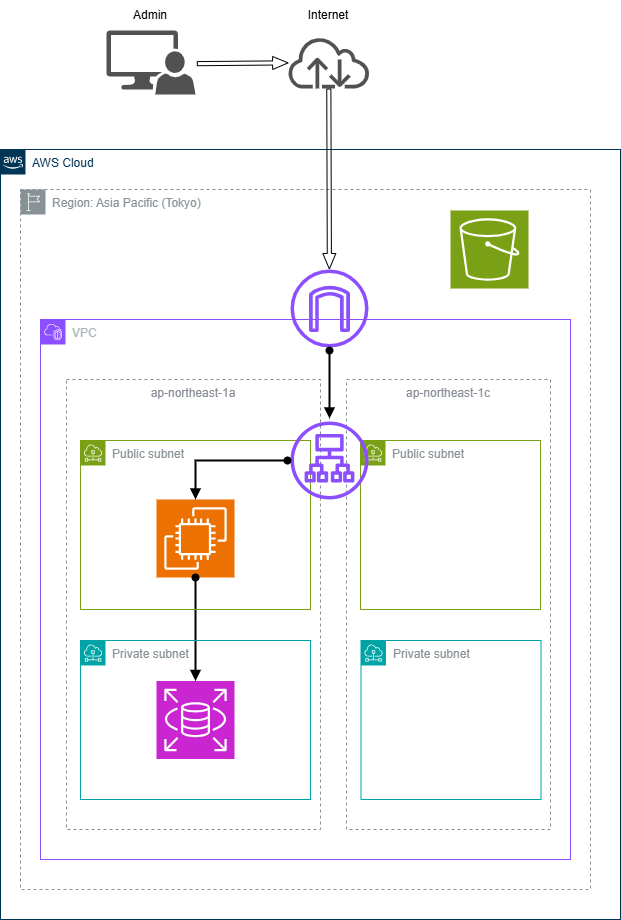
Above: lecture05/images/1_configuration.png in 3yu-qtfd/raisetech_aws (draw.io), before the change. Source tidied: cells renumbered, new cells last; positions are measured from the earlier drawing's top-left corner, leaving out a move shared by most shapes.
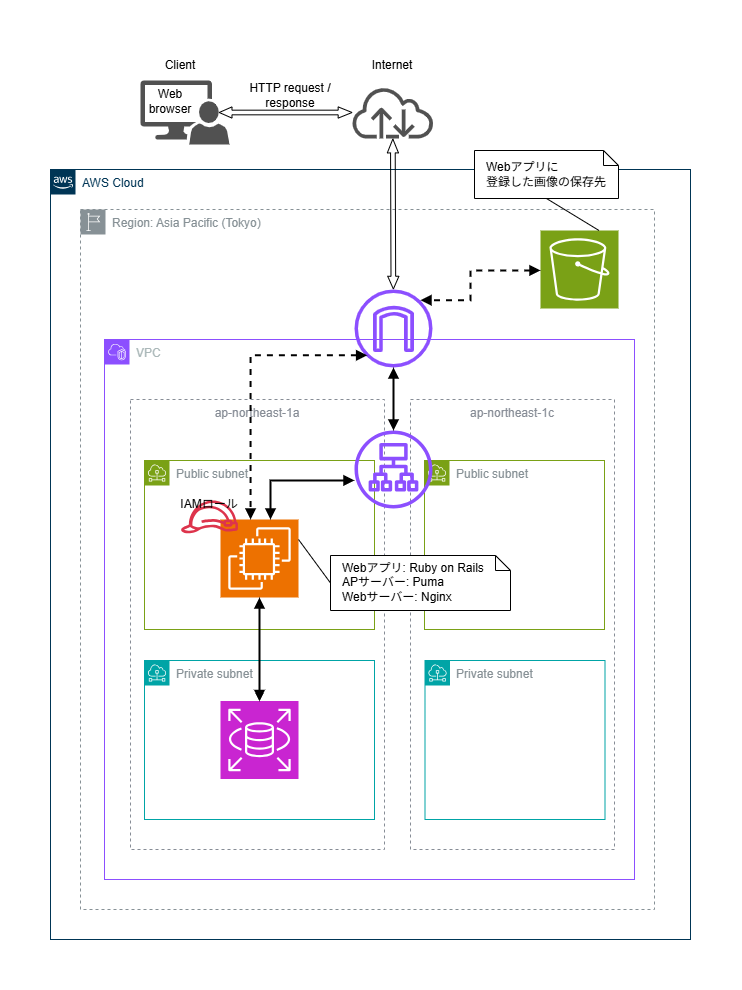
The same file after the commit.

What changed in the source:
```diff
@@ -3,32 +3,44 @@
     <mxCell id="0" />
     <mxCell id="1" parent="0" />
     <mxCell id="2" value="AWS Cloud" style="gradientColor=none;html=1;whiteSpace=wrap;fontSize=12;fontStyle=0;shape=mxgraph.aws4.group;grIcon=mxgraph.aws4.group_aws_cloud_alt;strokeColor=#003555;fillColor=none;verticalAlign=top;align=left;spacingLeft=30;fontColor=#003555;dashed=0;" parent="1" vertex="1">
-      <mxGeometry y="149" width="620" height="770" as="geometry" />
+      <mxGeometry x="16" y="119" width="640" height="770" as="geometry" />
     </mxCell>
+    <mxCell id="19" style="sketch=0;shadow=0;dashed=0;html=1;strokeColor=none;labelPosition=center;verticalLabelPosition=bottom;verticalAlign=top;align=center;fillColor=#515151;shape=mxgraph.mscae.system_center.admin_console;" parent="1" vertex="1">
+      <mxGeometry x="106" y="30" width="88.9" height="64" as="geometry" />
+    </mxCell>
+    <mxCell id="20" style="sketch=0;outlineConnect=0;fontColor=#515151;gradientColor=none;fillColor=#515151;strokeColor=none;dashed=0;verticalLabelPosition=bottom;verticalAlign=top;align=center;html=1;fontSize=12;fontStyle=0;shape=mxgraph.aws4.internet;" parent="1" vertex="1">
+      <mxGeometry x="316" y="36" width="84.5" height="52" as="geometry" />
+    </mxCell>
+    <mxCell id="23" value="Client" style="text;html=1;align=center;verticalAlign=middle;whiteSpace=wrap;rounded=0;" parent="1" vertex="1">
+      <mxGeometry x="116" width="60" height="30" as="geometry" />
+    </mxCell>
+    <mxCell id="24" value="Internet" style="text;html=1;align=center;verticalAlign=middle;whiteSpace=wrap;rounded=0;" parent="1" vertex="1">
+      <mxGeometry x="328.2" width="60" height="30" as="geometry" />
+    </mxCell>
-    <mxCell id="3" value="Region:&amp;nbsp;Asia Pacific (Tokyo)" style="sketch=0;gradientColor=none;html=1;whiteSpace=wrap;fontSize=12;fontStyle=0;shape=mxgraph.aws4.group;grIcon=mxgraph.aws4.group_region;strokeColor=#879196;fillColor=none;verticalAlign=top;align=left;spacingLeft=30;fontColor=#879196;dashed=1;" parent="2" vertex="1">
-      <mxGeometry x="20" y="40" width="570" height="700" as="geometry" />
+    <mxCell id="3" value="Region:&amp;nbsp;Asia Pacific (Tokyo)" style="sketch=0;gradientColor=none;html=1;whiteSpace=wrap;fontSize=12;fontStyle=0;shape=mxgraph.aws4.group;grIcon=mxgraph.aws4.group_region;strokeColor=#879196;fillColor=none;verticalAlign=top;align=left;spacingLeft=30;fontColor=#879196;dashed=1;" parent="1" vertex="1">
+      <mxGeometry x="46" y="159" width="574" height="700" as="geometry" />
     </mxCell>
-    <mxCell id="4" value="VPC" style="gradientColor=none;html=1;whiteSpace=wrap;fontSize=12;fontStyle=0;shape=mxgraph.aws4.group;grIcon=mxgraph.aws4.group_vpc2;strokeColor=#8C4FFF;fillColor=none;verticalAlign=top;align=left;spacingLeft=30;fontColor=#AAB7B8;dashed=0;" parent="2" vertex="1">
-      <mxGeometry x="40" y="170" width="530" height="540" as="geometry" />
+    <mxCell id="4" value="VPC" style="gradientColor=none;html=1;whiteSpace=wrap;fontSize=12;fontStyle=0;shape=mxgraph.aws4.group;grIcon=mxgraph.aws4.group_vpc2;strokeColor=#8C4FFF;fillColor=none;verticalAlign=top;align=left;spacingLeft=30;fontColor=#AAB7B8;dashed=0;" parent="1" vertex="1">
+      <mxGeometry x="70" y="289" width="530" height="540" as="geometry" />
     </mxCell>
-    <mxCell id="5" style="sketch=0;points=[[0,0,0],[0.25,0,0],[0.5,0,0],[0.75,0,0],[1,0,0],[0,1,0],[0.25,1,0],[0.5,1,0],[0.75,1,0],[1,1,0],[0,0.25,0],[0,0.5,0],[0,0.75,0],[1,0.25,0],[1,0.5,0],[1,0.75,0]];outlineConnect=0;fontColor=#232F3E;fillColor=#ED7100;strokeColor=#ffffff;dashed=0;verticalLabelPosition=bottom;verticalAlign=top;align=center;html=1;fontSize=12;fontStyle=0;shape=mxgraph.aws4.resourceIcon;resIcon=mxgraph.aws4.ec2;" parent="4" vertex="1">
-      <mxGeometry x="116" y="180" width="78" height="78" as="geometry" />
-    </mxCell>
-    <mxCell id="6" style="html=1;labelBackgroundColor=#ffffff;jettySize=auto;fontSize=14;rounded=0;jumpStyle=gap;edgeStyle=orthogonalEdgeStyle;startArrow=oval;endArrow=block;strokeWidth=2;startFill=1;endFill=1;sourcePerimeterSpacing=3;targetPerimeterSpacing=3;entryX=0.5;entryY=0;entryDx=0;entryDy=0;entryPerimeter=0;exitX=0.5;exitY=1;exitDx=0;exitDy=0;exitPerimeter=0;" parent="4" edge="1" source="5" target="8">
-      <mxGeometry relative="1" as="geometry" />
-    </mxCell>
-    <mxCell id="7" value="Public subnet" style="sketch=0;outlineConnect=0;gradientColor=none;html=1;whiteSpace=wrap;fontSize=12;fontStyle=0;shape=mxgraph.aws4.group;grIcon=mxgraph.aws4.group_subnet;strokeColor=#7AA116;fillColor=none;verticalAlign=top;align=left;spacingLeft=30;fontColor=#879196;dashed=0;" parent="4" vertex="1">
-      <mxGeometry x="40" y="121" width="230" height="169" as="geometry" />
-    </mxCell>
-    <mxCell id="8" style="sketch=0;points=[[0,0,0],[0.25,0,0],[0.5,0,0],[0.75,0,0],[1,0,0],[0,1,0],[0.25,1,0],[0.5,1,0],[0.75,1,0],[1,1,0],[0,0.25,0],[0,0.5,0],[0,0.75,0],[1,0.25,0],[1,0.5,0],[1,0.75,0]];outlineConnect=0;fontColor=#232F3E;fillColor=#C925D1;strokeColor=#ffffff;dashed=0;verticalLabelPosition=bottom;verticalAlign=top;align=center;html=1;fontSize=12;fontStyle=0;shape=mxgraph.aws4.resourceIcon;resIcon=mxgraph.aws4.rds;" parent="4" vertex="1">
-      <mxGeometry x="116" y="361.5" width="78" height="78" as="geometry" />
-    </mxCell>
     <mxCell id="9" value="Private subnet" style="sketch=0;gradientColor=none;html=1;whiteSpace=wrap;fontSize=12;fontStyle=0;shape=mxgraph.aws4.group;grIcon=mxgraph.aws4.group_subnet;strokeColor=#00A4A6;fillColor=none;verticalAlign=top;align=left;spacingLeft=30;fontColor=#879196;dashed=0;" parent="4" vertex="1">
       <mxGeometry x="40" y="321" width="230" height="159" as="geometry" />
     </mxCell>
     <mxCell id="10" value="ap-northeast-1a" style="fillColor=none;strokeColor=#878D96;dashed=1;verticalAlign=top;fontStyle=0;fontColor=#878D96;whiteSpace=wrap;html=1;" parent="4" vertex="1">
       <mxGeometry x="26" y="60" width="254" height="450" as="geometry" />
     </mxCell>
+    <mxCell id="25" style="edgeStyle=orthogonalEdgeStyle;rounded=0;jettySize=auto;html=1;" parent="4" edge="1" source="7" target="8">
+      <mxGeometry relative="1" as="geometry" />
+    </mxCell>
+    <mxCell id="7" value="Public subnet" style="sketch=0;outlineConnect=0;gradientColor=none;html=1;whiteSpace=wrap;fontSize=12;fontStyle=0;shape=mxgraph.aws4.group;grIcon=mxgraph.aws4.group_subnet;strokeColor=#7AA116;fillColor=none;verticalAlign=top;align=left;spacingLeft=30;fontColor=#879196;dashed=0;" parent="4" vertex="1">
+      <mxGeometry x="40" y="121" width="230" height="169" as="geometry" />
+    </mxCell>
+    <mxCell id="5" style="sketch=0;points=[[0,0,0],[0.25,0,0],[0.5,0,0],[0.75,0,0],[1,0,0],[0,1,0],[0.25,1,0],[0.5,1,0],[0.75,1,0],[1,1,0],[0,0.25,0],[0,0.5,0],[0,0.75,0],[1,0.25,0],[1,0.5,0],[1,0.75,0]];outlineConnect=0;fontColor=#232F3E;fillColor=#ED7100;strokeColor=#ffffff;dashed=0;verticalLabelPosition=bottom;verticalAlign=top;align=center;html=1;fontSize=12;fontStyle=0;shape=mxgraph.aws4.resourceIcon;resIcon=mxgraph.aws4.ec2;" parent="4" vertex="1">
+      <mxGeometry x="116" y="180" width="78" height="78" as="geometry" />
+    </mxCell>
+    <mxCell id="8" style="sketch=0;points=[[0,0,0],[0.25,0,0],[0.5,0,0],[0.75,0,0],[1,0,0],[0,1,0],[0.25,1,0],[0.5,1,0],[0.75,1,0],[1,1,0],[0,0.25,0],[0,0.5,0],[0,0.75,0],[1,0.25,0],[1,0.5,0],[1,0.75,0]];outlineConnect=0;fontColor=#232F3E;fillColor=#C925D1;strokeColor=#ffffff;dashed=0;verticalLabelPosition=bottom;verticalAlign=top;align=center;html=1;fontSize=12;fontStyle=0;shape=mxgraph.aws4.resourceIcon;resIcon=mxgraph.aws4.rds;" parent="4" vertex="1">
+      <mxGeometry x="116" y="361.5" width="78" height="78" as="geometry" />
+    </mxCell>
     <mxCell id="11" value="Public s&lt;span style=&quot;background-color: transparent; color: light-dark(rgb(135, 145, 150), rgb(106, 115, 119));&quot;&gt;ubnet&lt;/span&gt;" style="sketch=0;gradientColor=none;html=1;whiteSpace=wrap;fontSize=12;fontStyle=0;shape=mxgraph.aws4.group;grIcon=mxgraph.aws4.group_subnet;strokeColor=#7AA116;fillColor=none;verticalAlign=top;align=left;spacingLeft=30;fontColor=#879196;dashed=0;" parent="4" vertex="1">
       <mxGeometry x="320" y="121" width="180" height="169" as="geometry" />
     </mxCell>
@@ -38,38 +50,75 @@
     <mxCell id="13" value="ap-northeast-1c" style="fillColor=none;strokeColor=#878D96;dashed=1;verticalAlign=top;fontStyle=0;fontColor=#878D96;whiteSpace=wrap;html=1;" parent="4" vertex="1">
       <mxGeometry x="306" y="60" width="204" height="450" as="geometry" />
     </mxCell>
+    <mxCell id="6" style="html=1;labelBackgroundColor=#ffffff;jettySize=auto;fontSize=14;rounded=0;jumpStyle=gap;edgeStyle=orthogonalEdgeStyle;startArrow=block;endArrow=block;strokeWidth=2;startFill=1;endFill=1;entryX=0.5;entryY=0;entryDx=0;entryDy=0;entryPerimeter=0;" parent="4" edge="1" source="5" target="8">
+      <mxGeometry relative="1" as="geometry" />
+    </mxCell>
+    <mxCell id="26" style="html=1;labelBackgroundColor=#ffffff;jettySize=auto;fontSize=14;rounded=0;jumpStyle=gap;edgeStyle=orthogonalEdgeStyle;startArrow=block;endArrow=block;strokeWidth=2;startFill=1;endFill=1;entryX=0.5;entryY=0;entryDx=0;entryDy=0;entryPerimeter=0;" parent="4" edge="1" source="16">
+      <mxGeometry relative="1" as="geometry">
+        <mxPoint x="166" y="180" as="targetPoint" />
+        <Array as="points">
+          <mxPoint x="166" y="141" />
+        </Array>
+      </mxGeometry>
+    </mxCell>
+    <mxCell id="27" style="sketch=0;fontColor=#232F3E;gradientColor=none;fillColor=#DD344C;strokeColor=none;dashed=0;verticalLabelPosition=bottom;verticalAlign=top;align=center;html=1;fontSize=12;fontStyle=0;shape=mxgraph.aws4.role;" parent="4" vertex="1">
+      <mxGeometry x="76" y="161" width="58" height="32.7" as="geometry" />
+    </mxCell>
+    <mxCell id="28" value="IAMロール" style="text;html=1;align=center;verticalAlign=middle;whiteSpace=wrap;rounded=0;" parent="4" vertex="1">
+      <mxGeometry x="60" y="150" width="90" height="30" as="geometry" />
+    </mxCell>
+    <mxCell id="16" style="sketch=0;outlineConnect=0;fontColor=#232F3E;gradientColor=none;fillColor=#8C4FFF;strokeColor=none;dashed=0;verticalLabelPosition=bottom;verticalAlign=top;align=center;html=1;fontSize=12;fontStyle=0;shape=mxgraph.aws4.application_load_balancer;" parent="4" vertex="1">
+      <mxGeometry x="250" y="91" width="78" height="78" as="geometry" />
+    </mxCell>
-    <mxCell id="14" style="sketch=0;points=[[0,0,0],[0.25,0,0],[0.5,0,0],[0.75,0,0],[1,0,0],[0,1,0],[0.25,1,0],[0.5,1,0],[0.75,1,0],[1,1,0],[0,0.25,0],[0,0.5,0],[0,0.75,0],[1,0.25,0],[1,0.5,0],[1,0.75,0]];outlineConnect=0;fontColor=#232F3E;fillColor=#7AA116;strokeColor=#ffffff;dashed=0;verticalLabelPosition=bottom;verticalAlign=top;align=center;html=1;fontSize=12;fontStyle=0;shape=mxgraph.aws4.resourceIcon;resIcon=mxgraph.aws4.s3;" parent="2" vertex="1">
-      <mxGeometry x="450" y="61" width="78" height="78" as="geometry" />
+    <mxCell id="14" style="sketch=0;points=[[0,0,0],[0.25,0,0],[0.5,0,0],[0.75,0,0],[1,0,0],[0,1,0],[0.25,1,0],[0.5,1,0],[0.75,1,0],[1,1,0],[0,0.25,0],[0,0.5,0],[0,0.75,0],[1,0.25,0],[1,0.5,0],[1,0.75,0]];outlineConnect=0;fontColor=#232F3E;fillColor=#7AA116;strokeColor=#ffffff;dashed=0;verticalLabelPosition=bottom;verticalAlign=top;align=center;html=1;fontSize=12;fontStyle=0;shape=mxgraph.aws4.resourceIcon;resIcon=mxgraph.aws4.s3;" parent="1" vertex="1">
+      <mxGeometry x="506" y="180" width="78" height="78" as="geometry" />
     </mxCell>
-    <mxCell id="15" style="sketch=0;outlineConnect=0;fontColor=#232F3E;gradientColor=none;fillColor=#8C4FFF;strokeColor=none;dashed=0;verticalLabelPosition=bottom;verticalAlign=top;align=center;html=1;fontSize=12;fontStyle=0;shape=mxgraph.aws4.internet_gateway;" parent="2" vertex="1">
-      <mxGeometry x="290" y="120" width="78" height="78" as="geometry" />
+    <mxCell id="15" style="sketch=0;outlineConnect=0;fontColor=#232F3E;gradientColor=none;fillColor=#8C4FFF;strokeColor=none;dashed=0;verticalLabelPosition=bottom;verticalAlign=top;align=center;html=1;fontSize=12;fontStyle=0;shape=mxgraph.aws4.internet_gateway;" parent="1" vertex="1">
+      <mxGeometry x="320" y="239" width="78" height="78" as="geometry" />
     </mxCell>
-    <mxCell id="16" style="sketch=0;outlineConnect=0;fontColor=#232F3E;gradientColor=none;fillColor=#8C4FFF;strokeColor=none;dashed=0;verticalLabelPosition=bottom;verticalAlign=top;align=center;html=1;fontSize=12;fontStyle=0;shape=mxgraph.aws4.application_load_balancer;" parent="2" vertex="1">
-      <mxGeometry x="290" y="272" width="78" height="78" as="geometry" />
-    </mxCell>
-    <mxCell id="17" style="html=1;labelBackgroundColor=#ffffff;jettySize=auto;fontSize=14;rounded=0;jumpStyle=gap;edgeStyle=orthogonalEdgeStyle;startArrow=oval;endArrow=block;strokeWidth=2;startFill=1;endFill=1;sourcePerimeterSpacing=3;targetPerimeterSpacing=3;entryX=0.5;entryY=0;entryDx=0;entryDy=0;entryPerimeter=0;" parent="2" edge="1" source="16" target="5">
-      <mxGeometry relative="1" as="geometry" />
-    </mxCell>
-    <mxCell id="18" style="html=1;labelBackgroundColor=#ffffff;jettySize=auto;fontSize=14;rounded=0;jumpStyle=gap;edgeStyle=orthogonalEdgeStyle;startArrow=oval;endArrow=block;strokeWidth=2;startFill=1;endFill=1;sourcePerimeterSpacing=3;targetPerimeterSpacing=3;" parent="2" edge="1" source="15" target="16">
+    <mxCell id="18" style="html=1;labelBackgroundColor=#ffffff;jettySize=auto;fontSize=14;rounded=0;jumpStyle=gap;edgeStyle=orthogonalEdgeStyle;startArrow=block;endArrow=block;strokeWidth=2;startFill=1;endFill=1;" parent="1" edge="1" source="15" target="16">
       <mxGeometry relative="1" as="geometry" />
     </mxCell>
-    <mxCell id="19" style="sketch=0;shadow=0;dashed=0;html=1;strokeColor=none;labelPosition=center;verticalLabelPosition=bottom;verticalAlign=top;align=center;fillColor=#515151;shape=mxgraph.mscae.system_center.admin_console;" parent="1" vertex="1">
-      <mxGeometry x="106" y="30" width="88.9" height="64" as="geometry" />
-    </mxCell>
-    <mxCell id="20" style="sketch=0;outlineConnect=0;fontColor=#515151;gradientColor=none;fillColor=#515151;strokeColor=none;dashed=0;verticalLabelPosition=bottom;verticalAlign=top;align=center;html=1;fontSize=12;fontStyle=0;shape=mxgraph.aws4.internet;" parent="1" vertex="1">
-      <mxGeometry x="286" y="36" width="84.5" height="52" as="geometry" />
-    </mxCell>
+    <mxCell id="29" style="html=1;labelBackgroundColor=#ffffff;jettySize=auto;fontSize=14;rounded=0;jumpStyle=gap;edgeStyle=orthogonalEdgeStyle;startArrow=block;endArrow=block;startFill=1;endFill=1;strokeWidth=2;dashed=1;exitX=0.162;exitY=0.844;exitDx=0;exitDy=0;exitPerimeter=0;" parent="1" edge="1" source="15" target="5">
+      <mxGeometry relative="1" as="geometry">
+        <Array as="points">
+          <mxPoint x="216" y="305" />
+        </Array>
+      </mxGeometry>
+    </mxCell>
+    <mxCell id="30" style="html=1;labelBackgroundColor=#ffffff;jettySize=auto;fontSize=14;rounded=0;jumpStyle=gap;edgeStyle=orthogonalEdgeStyle;startArrow=block;endArrow=block;startFill=1;endFill=1;strokeWidth=2;dashed=1;entryX=0.846;entryY=0.137;entryDx=0;entryDy=0;entryPerimeter=0;" parent="1" edge="1" source="14" target="15">
+      <mxGeometry relative="1" as="geometry">
+        <Array as="points">
+          <mxPoint x="436" y="220" />
+          <mxPoint x="436" y="250" />
+        </Array>
+      </mxGeometry>
+    </mxCell>
+    <mxCell id="31" value="Webアプリに&lt;br&gt;登録した画像の保存先" style="shape=note;size=15;align=left;spacingLeft=10;html=1;whiteSpace=wrap;" parent="1" vertex="1">
+      <mxGeometry x="440" y="100" width="144" height="48" as="geometry" />
+    </mxCell>
+    <mxCell id="32" style="endArrow=none;exitX=0.5;exitY=1;html=1;rounded=0;exitDx=0;exitDy=0;exitPerimeter=0;entryX=0.75;entryY=0;entryDx=0;entryDy=0;entryPerimeter=0;" parent="1" edge="1" source="31" target="14">
+      <mxGeometry x="1" relative="1" as="geometry" />
+    </mxCell>
+    <mxCell id="33" value="Webアプリ: Ruby on Rails&lt;br&gt;APサーバー: Puma&lt;br&gt;Webサーバー: Nginx" style="shape=note;size=15;align=left;spacingLeft=10;html=1;whiteSpace=wrap;" parent="1" vertex="1">
+      <mxGeometry x="296" y="505" width="180" height="55" as="geometry" />
+    </mxCell>
+    <mxCell id="34" style="endArrow=none;exitX=0;exitY=0.5;html=1;rounded=0;entryX=1;entryY=0.25;entryDx=0;entryDy=0;entryPerimeter=0;exitDx=0;exitDy=0;exitPerimeter=0;" parent="1" edge="1" source="33">
+      <mxGeometry x="1" relative="1" as="geometry">
+        <mxPoint x="264" y="489" as="targetPoint" />
+      </mxGeometry>
+    </mxCell>
-    <mxCell id="21" style="shape=flexArrow;endArrow=classic;html=1;rounded=0;exitX=1.016;exitY=0.518;exitDx=0;exitDy=0;exitPerimeter=0;width=4.137931034482759;endSize=4.832258064516129;endWidth=7.880978865406006;" parent="1" edge="1" source="19" target="20">
+    <mxCell id="21" style="shape=flexArrow;endArrow=classic;startArrow=classic;html=1;rounded=0;exitX=0.88;exitY=0.5;exitDx=0;exitDy=0;exitPerimeter=0;width=4.666666666666667;startSize=3.914516129032258;startWidth=5.537634408602151;endWidth=5.537634408602151;endSize=4.306451612903226;" parent="1" edge="1" source="19" target="20">
       <mxGeometry relative="1" as="geometry" />
     </mxCell>
-    <mxCell id="22" style="shape=flexArrow;endArrow=classic;html=1;rounded=0;width=4.137931034482759;endSize=4.832258064516129;endWidth=7.880978865406006;" parent="1" edge="1" source="20" target="15">
-      <mxGeometry relative="1" as="geometry" />
-    </mxCell>
-    <mxCell id="23" value="Admin" style="text;html=1;align=center;verticalAlign=middle;whiteSpace=wrap;rounded=0;" parent="1" vertex="1">
-      <mxGeometry x="120.4" width="60" height="30" as="geometry" />
-    </mxCell>
-    <mxCell id="24" value="Internet" style="text;html=1;align=center;verticalAlign=middle;whiteSpace=wrap;rounded=0;" parent="1" vertex="1">
-      <mxGeometry x="298.2" width="60" height="30" as="geometry" />
-    </mxCell>
+    <mxCell id="35" style="shape=flexArrow;endArrow=classic;startArrow=classic;html=1;rounded=0;width=4.666666666666667;startSize=3.914516129032258;startWidth=5.537634408602151;endWidth=5.537634408602151;endSize=4.306451612903226;" parent="1" edge="1" source="15" target="20">
+      <mxGeometry relative="1" as="geometry" />
+    </mxCell>
+    <mxCell id="36" value="HTTP request / response" style="text;html=1;align=center;verticalAlign=middle;whiteSpace=wrap;rounded=0;" parent="1" vertex="1">
+      <mxGeometry x="206" y="30" width="100" height="30" as="geometry" />
+    </mxCell>
+    <mxCell id="37" value="Web browser" style="text;html=1;align=center;verticalAlign=middle;whiteSpace=wrap;rounded=0;" parent="1" vertex="1">
+      <mxGeometry x="106" y="36" width="60" height="30" as="geometry" />
+    </mxCell>
   </root>
 </mxGraphModel>
```
